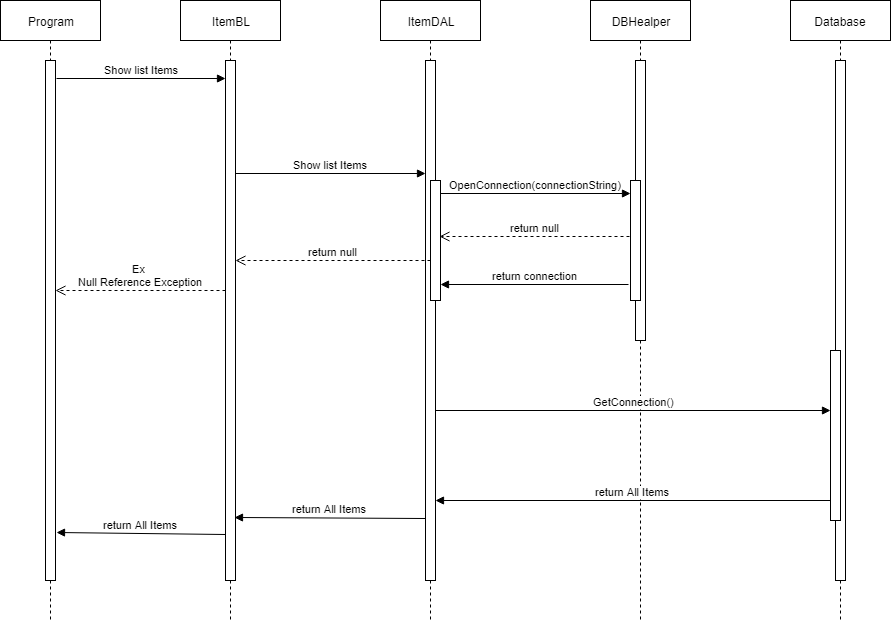
Above: Document/Sequence Diagram/SD_ShowListItems.png in LinhNguyennnn/Shop_HeadPhone_G03 (draw.io), before the change. Source tidied: cells renumbered, new cells last; positions are measured from the earlier drawing's top-left corner, leaving out a move shared by most shapes.
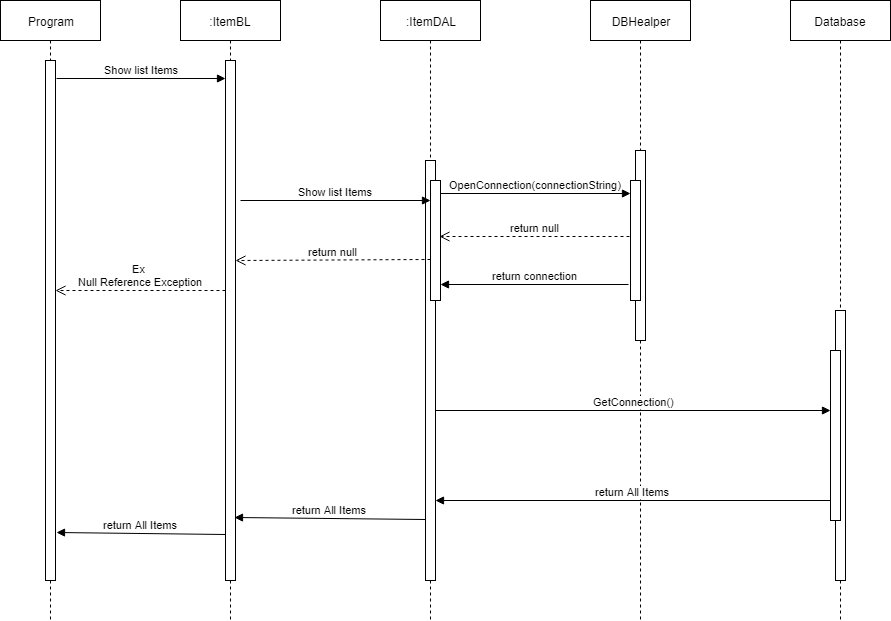
Later version of the same file.

What changed in the source:
```diff
@@ -8,14 +8,14 @@
     <mxCell id="3" style="html=1;points=[];perimeter=orthogonalPerimeter;" parent="2" vertex="1">
       <mxGeometry x="45" y="60" width="10" height="520" as="geometry" />
     </mxCell>
-    <mxCell id="4" value="ItemBL" style="shape=umlLifeline;perimeter=lifelinePerimeter;whiteSpace=wrap;html=1;" parent="1" vertex="1">
+    <mxCell id="4" value=":ItemBL" style="shape=umlLifeline;perimeter=lifelinePerimeter;whiteSpace=wrap;html=1;" parent="1" vertex="1">
       <mxGeometry x="180" width="100" height="620" as="geometry" />
     </mxCell>
-    <mxCell id="5" value="ItemDAL" style="shape=umlLifeline;perimeter=lifelinePerimeter;whiteSpace=wrap;html=1;" parent="1" vertex="1">
+    <mxCell id="5" value=":ItemDAL" style="shape=umlLifeline;perimeter=lifelinePerimeter;whiteSpace=wrap;html=1;" parent="1" vertex="1">
       <mxGeometry x="380" width="100" height="620" as="geometry" />
     </mxCell>
     <mxCell id="6" style="html=1;points=[];perimeter=orthogonalPerimeter;" parent="5" vertex="1">
-      <mxGeometry x="45" y="60" width="10" height="520" as="geometry" />
+      <mxGeometry x="45" y="160" width="10" height="420" as="geometry" />
     </mxCell>
     <mxCell id="7" style="html=1;points=[];perimeter=orthogonalPerimeter;" parent="5" vertex="1">
       <mxGeometry x="50" y="180" width="10" height="120" as="geometry" />
@@ -24,7 +24,7 @@
       <mxGeometry x="590" width="100" height="620" as="geometry" />
     </mxCell>
     <mxCell id="9" style="html=1;perimeter=orthogonalPerimeter;" parent="8" vertex="1">
-      <mxGeometry x="45" y="60" width="10" height="280" as="geometry" />
+      <mxGeometry x="45" y="150" width="10" height="190" as="geometry" />
     </mxCell>
     <mxCell id="10" style="html=1;points=[];perimeter=orthogonalPerimeter;" parent="8" vertex="1">
       <mxGeometry x="40" y="180" width="10" height="120" as="geometry" />
@@ -33,7 +33,7 @@
       <mxGeometry x="790" width="100" height="620" as="geometry" />
     </mxCell>
     <mxCell id="12" style="html=1;perimeter=orthogonalPerimeter;" parent="11" vertex="1">
-      <mxGeometry x="45" y="60" width="10" height="520" as="geometry" />
+      <mxGeometry x="45" y="310" width="10" height="270" as="geometry" />
     </mxCell>
     <mxCell id="13" style="html=1;points=[];perimeter=orthogonalPerimeter;" parent="11" vertex="1">
       <mxGeometry x="40" y="350" width="10" height="170" as="geometry" />
@@ -44,9 +44,6 @@
     <mxCell id="15" value="Show list Items" style="html=1;verticalAlign=bottom;endArrow=block;exitX=1.1;exitY=0.035;exitDx=0;exitDy=0;exitPerimeter=0;" parent="1" edge="1" source="3" target="14">
       <mxGeometry relative="1" as="geometry" />
     </mxCell>
-    <mxCell id="16" value="Show list Items" style="html=1;verticalAlign=bottom;endArrow=block;entryX=0;entryY=0.217;entryDx=0;entryDy=0;entryPerimeter=0;" parent="1" edge="1" source="14" target="6">
-      <mxGeometry relative="1" as="geometry" />
-    </mxCell>
     <mxCell id="17" value="OpenConnection(connectionString)" style="html=1;verticalAlign=bottom;endArrow=block;" parent="1" edge="1" target="10">
       <mxGeometry relative="1" as="geometry">
         <mxPoint x="440" y="193" as="sourcePoint" />
@@ -61,7 +58,7 @@
     <mxCell id="20" value="return All Items" style="html=1;verticalAlign=bottom;endArrow=block;exitX=0;exitY=0.882;exitDx=0;exitDy=0;exitPerimeter=0;" parent="1" edge="1" source="13" target="6">
       <mxGeometry relative="1" as="geometry" />
     </mxCell>
-    <mxCell id="21" value="return All Items" style="html=1;verticalAlign=bottom;endArrow=block;exitX=0;exitY=0.881;exitDx=0;exitDy=0;exitPerimeter=0;entryX=0.9;entryY=0.879;entryDx=0;entryDy=0;entryPerimeter=0;" parent="1" edge="1" source="6" target="14">
+    <mxCell id="21" value="return All Items" style="html=1;verticalAlign=bottom;endArrow=block;exitX=0;exitY=0.855;exitDx=0;exitDy=0;exitPerimeter=0;entryX=0.9;entryY=0.879;entryDx=0;entryDy=0;entryPerimeter=0;" parent="1" edge="1" source="6" target="14">
       <mxGeometry relative="1" as="geometry" />
     </mxCell>
     <mxCell id="22" value="return All Items" style="html=1;verticalAlign=bottom;endArrow=block;exitX=0;exitY=0.912;exitDx=0;exitDy=0;exitPerimeter=0;entryX=1.1;entryY=0.908;entryDx=0;entryDy=0;entryPerimeter=0;" parent="1" edge="1" source="14" target="3">
@@ -70,7 +67,7 @@
     <mxCell id="23" value="return null" style="html=1;verticalAlign=bottom;endArrow=open;dashed=1;endSize=8;exitX=-0.1;exitY=0.467;exitDx=0;exitDy=0;exitPerimeter=0;entryX=0.9;entryY=0.467;entryDx=0;entryDy=0;entryPerimeter=0;" parent="1" edge="1" source="10" target="7">
       <mxGeometry relative="1" as="geometry" />
     </mxCell>
-    <mxCell id="24" value="return null" style="html=1;verticalAlign=bottom;endArrow=open;dashed=1;endSize=8;exitX=0.5;exitY=0.385;exitDx=0;exitDy=0;exitPerimeter=0;entryX=1;entryY=0.385;entryDx=0;entryDy=0;entryPerimeter=0;" parent="1" edge="1" source="6" target="14">
+    <mxCell id="24" value="return null" style="html=1;verticalAlign=bottom;endArrow=open;dashed=1;endSize=8;exitX=0;exitY=0.658;exitDx=0;exitDy=0;exitPerimeter=0;entryX=1;entryY=0.385;entryDx=0;entryDy=0;entryPerimeter=0;" parent="1" edge="1" source="7" target="14">
       <mxGeometry relative="1" as="geometry" />
     </mxCell>
     <mxCell id="25" value="Ex &lt;br&gt;Null Reference Exception" style="html=1;verticalAlign=bottom;endArrow=open;dashed=1;endSize=8;exitX=-0.1;exitY=0.467;exitDx=0;exitDy=0;exitPerimeter=0;" parent="1" edge="1" target="3">
@@ -78,5 +75,11 @@
         <mxPoint x="225" y="290" as="sourcePoint" />
       </mxGeometry>
     </mxCell>
+    <mxCell id="16" value="Show list Items" style="html=1;verticalAlign=bottom;endArrow=block;entryX=0;entryY=0.217;entryDx=0;entryDy=0;entryPerimeter=0;" parent="1" edge="1">
+      <mxGeometry relative="1" as="geometry">
+        <mxPoint x="240" y="200" as="sourcePoint" />
+        <mxPoint x="430" y="200" as="targetPoint" />
+      </mxGeometry>
+    </mxCell>
   </root>
 </mxGraphModel>
```
